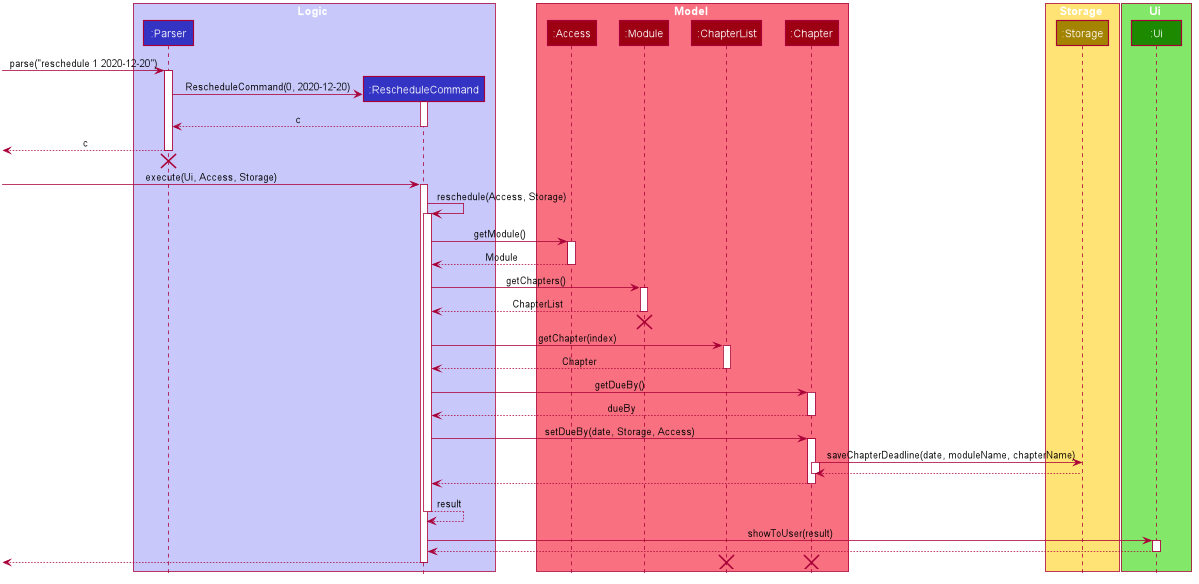
This is docs/DG_Images/RescheduleChapterSequenceDiagram.png from nus-cs2113-AY2021S1/tp, a PlantUML export, as it was before one commit.
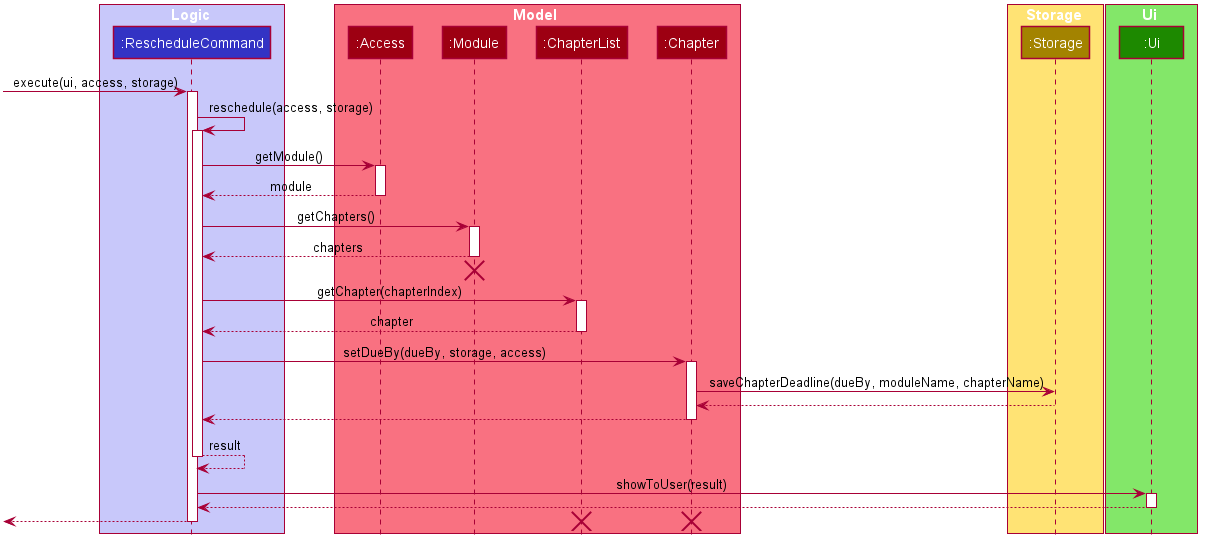
The same file after the commit.

Commit message:
Updated sequence diagrams

The edit, as a diff of the source:
```diff
@@ -49,7 +49,6 @@
 hide circle
 
 box Logic #C8C8FA
-participant ":Parser" as Parser #3333C4
 participant ":RescheduleCommand" as RescheduleCommand #3333C4
 end box
 
@@ -68,61 +67,38 @@
 participant ":Ui" as Ui #1D8900
 end box
 
-[-> Parser : parse("reschedule 1 2020-12-20")
-activate Parser
-
-create RescheduleCommand
-Parser -> RescheduleCommand : RescheduleCommand(0, 2020-12-20)
+[-> RescheduleCommand : execute(ui, access, storage)
 activate RescheduleCommand
 
-RescheduleCommand --> Parser : c
-deactivate RescheduleCommand
-
-[<-- Parser : c
-deactivate Parser
-[<-[hidden]- Parser
-destroy Parser
-
-[-> RescheduleCommand : execute(Ui, Access, Storage)
-activate RescheduleCommand
-
-RescheduleCommand -> RescheduleCommand : reschedule(Access, Storage)
+RescheduleCommand -> RescheduleCommand : reschedule(access, storage)
 activate RescheduleCommand
 
 RescheduleCommand -> Access : getModule()
 activate Access
 
-Access --> RescheduleCommand : Module
+Access --> RescheduleCommand : module
 deactivate Access
 
 RescheduleCommand -> Module : getChapters()
 activate Module
 
-Module --> RescheduleCommand : ChapterList
+Module --> RescheduleCommand : chapters
 deactivate Module
 [<-[hidden]- RescheduleCommand
 destroy Module
 
-RescheduleCommand -> ChapterList : getChapter(index)
+RescheduleCommand -> ChapterList : getChapter(chapterIndex)
 activate ChapterList
 
-ChapterList --> RescheduleCommand : Chapter
+ChapterList --> RescheduleCommand : chapter
 deactivate ChapterList
 
-RescheduleCommand -> Chapter : getDueBy()
+RescheduleCommand -> Chapter : setDueBy(dueBy, storage, access)
 activate Chapter
 
-Chapter --> RescheduleCommand : dueBy
-deactivate Chapter
-
-RescheduleCommand -> Chapter : setDueBy(date, Storage, Access)
-activate Chapter
-
-Chapter -> Storage : saveChapterDeadline(date, moduleName, chapterName)
-activate Chapter
+Chapter -> Storage : saveChapterDeadline(dueBy, moduleName, chapterName)
 
 Storage --> Chapter
-deactivate Chapter
 
 Chapter --> RescheduleCommand
 deactivate Chapter
```
